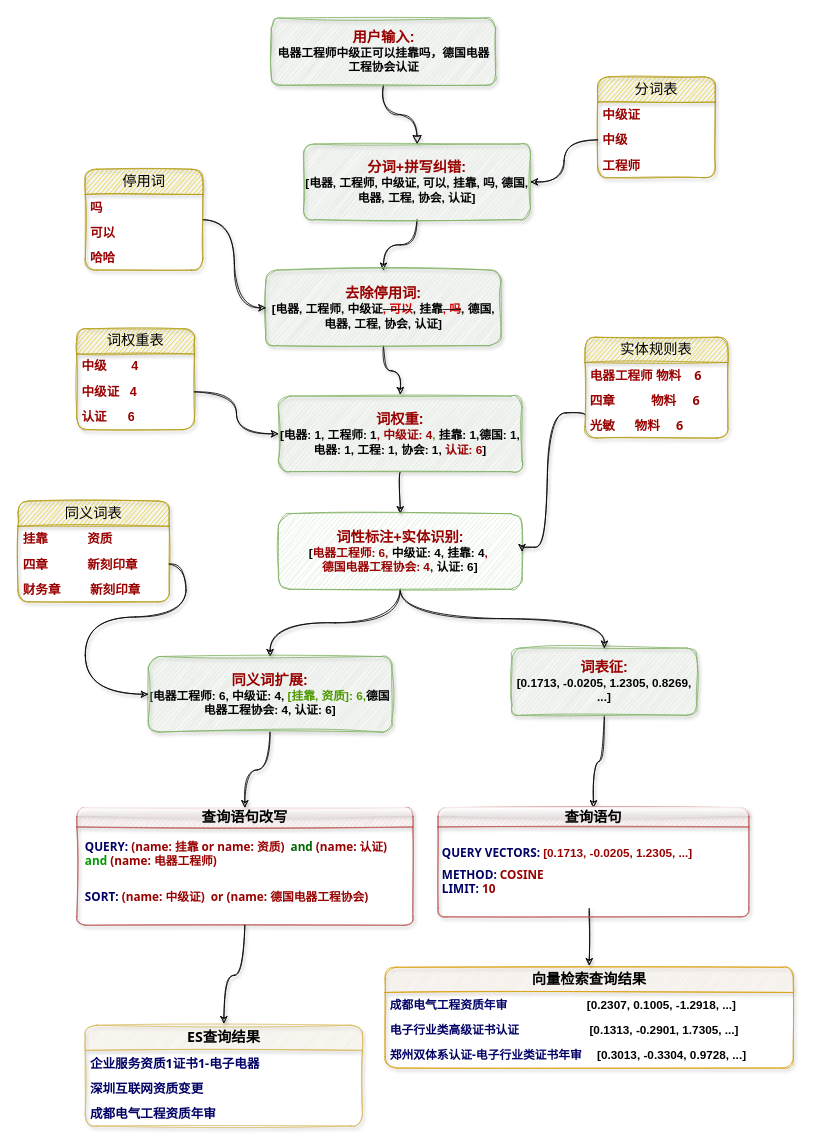
xuhaowork/myStudio keeps this draw.io diagram as 未命名绘图.drawio. Above is the earlier version. Source tidied: cells renumbered, new cells numbered last; positions are measured from the earlier drawing's top-left corner, leaving out a move shared by most shapes. Both pictures are drawn from the tidied source at 84%, with x=0, y=0 at pixel (18, 18).
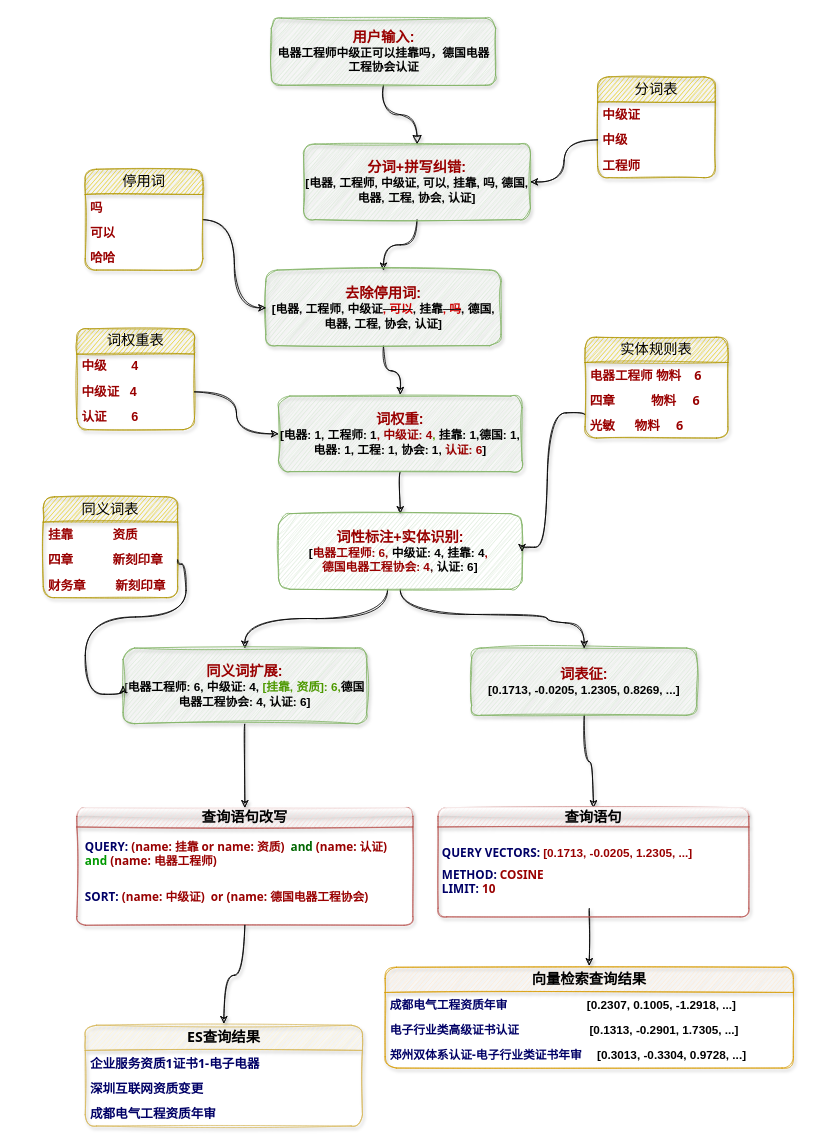
After the change.

Commit message:
商品搜索示意图.drawio

Unchanged cells that the change refers to:
```xml
<mxCell id="14" value="&lt;b style=&quot;border-color: var(--border-color); font-size: 17px;&quot;&gt;&lt;font style=&quot;border-color: var(--border-color);&quot; color=&quot;#990000&quot;&gt;词性标注+实体识别:&lt;/font&gt;&lt;br style=&quot;border-color: var(--border-color);&quot;&gt;&lt;/b&gt;&lt;b style=&quot;font-size: 14px;&quot;&gt;[&lt;font color=&quot;#990000&quot; style=&quot;font-size: 14px;&quot;&gt;电器工程师: 6,&lt;/font&gt;&lt;font style=&quot;font-size: 14px;&quot; color=&quot;#009900&quot;&gt; &lt;/font&gt;中级证: 4, 挂靠: 4&lt;font color=&quot;#990000&quot;&gt;,&amp;nbsp;&lt;br&gt;&lt;font style=&quot;font-size: 14px;&quot;&gt;德国电器工程协会: 4&lt;/font&gt;&lt;/font&gt;&lt;font color=&quot;#330000&quot; style=&quot;font-size: 14px;&quot;&gt;, &lt;/font&gt;认证: 6]&lt;/b&gt;" style="rounded=1;whiteSpace=wrap;html=1;fontSize=12;glass=0;strokeWidth=1;shadow=0;sketch=1;curveFitting=1;jiggle=2;fillColor=#d5e8d4;strokeColor=#82b366;" parent="1" vertex="1">
  <mxGeometry x="310" y="590" width="290" height="90" as="geometry" />
</mxCell>
<mxCell id="15" value="词权重表" style="swimlane;fontStyle=0;horizontal=1;startSize=30;whiteSpace=wrap;html=1;rounded=1;shadow=1;sketch=1;fontSize=17;fontColor=#000000;dashed=1;dashPattern=1 1;fillColor=#e3c800;strokeColor=#B09500;" parent="1" vertex="1">
  <mxGeometry x="70" y="370" width="140" height="120" as="geometry" />
</mxCell>
```

What changed in the source:
```diff
@@
     <mxCell id="9" value="&lt;b style=&quot;border-color: var(--border-color); font-size: 17px;&quot;&gt;&lt;font style=&quot;border-color: var(--border-color);&quot; color=&quot;#990000&quot;&gt;词表征:&lt;/font&gt;&lt;br style=&quot;border-color: var(--border-color);&quot;&gt;&lt;/b&gt;&lt;b&gt;&lt;font style=&quot;font-size: 14px;&quot;&gt;[0.1713, -0.0205, 1.2305, 0.8269, ...]&lt;/font&gt;&lt;/b&gt;" style="rounded=1;whiteSpace=wrap;html=1;fontSize=12;glass=0;strokeWidth=1;shadow=1;sketch=1;curveFitting=1;jiggle=2;fillColor=#d5e8d4;strokeColor=#82b366;" parent="1" vertex="1">
-      <mxGeometry x="588" y="750" width="220" height="80" as="geometry" />
+      <mxGeometry x="540" y="750" width="268" height="80" as="geometry" />
     </mxCell>
@@
     <mxCell id="12" style="edgeStyle=orthogonalEdgeStyle;curved=1;rounded=0;sketch=1;jettySize=auto;html=1;entryX=0.5;entryY=0;entryDx=0;entryDy=0;shadow=1;fontFamily=Tahoma;fontSize=17;fontColor=#990000;targetPerimeterSpacing=2;" parent="1" edge="1" source="14" target="27">
-      <mxGeometry relative="1" as="geometry" />
+      <mxGeometry relative="1" as="geometry">
+        <Array as="points">
+          <mxPoint x="440" y="715" />
+          <mxPoint x="270" y="715" />
+        </Array>
+      </mxGeometry>
     </mxCell>
     <mxCell id="13" style="edgeStyle=orthogonalEdgeStyle;curved=1;rounded=0;sketch=1;jettySize=auto;html=1;exitX=0.5;exitY=1;exitDx=0;exitDy=0;entryX=0.5;entryY=0;entryDx=0;entryDy=0;shadow=1;fontFamily=Tahoma;fontSize=12;fontColor=#000066;targetPerimeterSpacing=2;" parent="1" edge="1" source="14" target="9">
-      <mxGeometry relative="1" as="geometry" />
+      <mxGeometry relative="1" as="geometry">
+        <Array as="points">
+          <mxPoint x="455" y="710" />
+          <mxPoint x="630" y="710" />
+          <mxPoint x="630" y="720" />
+          <mxPoint x="674" y="720" />
+        </Array>
+      </mxGeometry>
     </mxCell>
@@
-    <mxCell id="18" value="&lt;b&gt;&lt;font style=&quot;font-size: 15px;&quot;&gt;认证&amp;nbsp; &amp;nbsp; &amp;nbsp; 6&lt;/font&gt;&lt;/b&gt;" style="text;strokeColor=none;fillColor=none;align=left;verticalAlign=middle;spacingLeft=4;spacingRight=4;overflow=hidden;whiteSpace=wrap;html=1;fontSize=17;fontColor=#990000;" parent="15" vertex="1">
+    <mxCell id="18" value="&lt;b&gt;&lt;font style=&quot;font-size: 15px;&quot;&gt;认证&amp;nbsp; &amp;nbsp; &amp;nbsp; &amp;nbsp;6&lt;/font&gt;&lt;/b&gt;" style="text;strokeColor=none;fillColor=none;align=left;verticalAlign=middle;spacingLeft=4;spacingRight=4;overflow=hidden;whiteSpace=wrap;html=1;fontSize=17;fontColor=#990000;" parent="15" vertex="1">
       <mxGeometry y="90" width="140" height="30" as="geometry" />
     </mxCell>
@@
     <mxCell id="27" value="&lt;b style=&quot;border-color: var(--border-color); font-size: 17px;&quot;&gt;&lt;font style=&quot;border-color: var(--border-color);&quot; color=&quot;#990000&quot;&gt;同义词扩展:&lt;/font&gt;&lt;br style=&quot;border-color: var(--border-color);&quot;&gt;&lt;/b&gt;&lt;font style=&quot;font-size: 14px;&quot;&gt;[&lt;b&gt;电器工程师: 6, 中级证: 4, &lt;font style=&quot;font-size: 14px;&quot; color=&quot;#4d9900&quot;&gt;[挂靠, 资质]: 6,&lt;/font&gt;德国电器工程协会: 4, 认证: 6]&lt;/b&gt;&lt;/font&gt;" style="rounded=1;whiteSpace=wrap;html=1;fontSize=12;glass=0;strokeWidth=1;shadow=1;sketch=1;curveFitting=1;jiggle=2;fillColor=#d5e8d4;strokeColor=#82b366;" parent="1" vertex="1">
-      <mxGeometry x="155" y="760" width="290" height="90" as="geometry" />
+      <mxGeometry x="125" y="750" width="290" height="90" as="geometry" />
     </mxCell>
@@
     <mxCell id="43" value="&lt;font style=&quot;font-size: 17px;&quot;&gt;同义词表&lt;/font&gt;" style="swimlane;fontStyle=0;horizontal=1;startSize=30;whiteSpace=wrap;html=1;rounded=1;shadow=1;dashed=1;dashPattern=1 1;sketch=1;fontFamily=Tahoma;fontSize=12;fontColor=#000000;fillColor=#e3c800;strokeColor=#B09500;" parent="1" vertex="1">
-      <mxGeometry y="575" width="180" height="120" as="geometry" />
+      <mxGeometry x="30" y="570" width="160" height="120" as="geometry" />
     </mxCell>
     <mxCell id="44" value="&lt;font color=&quot;#990000&quot; style=&quot;font-size: 15px;&quot;&gt;&lt;b&gt;挂靠&amp;nbsp; &amp;nbsp; &amp;nbsp; &amp;nbsp; &amp;nbsp; &amp;nbsp; 资质&lt;/b&gt;&lt;/font&gt;" style="text;strokeColor=none;fillColor=none;align=left;verticalAlign=middle;spacingLeft=4;spacingRight=4;overflow=hidden;whiteSpace=wrap;html=1;fontSize=12;fontFamily=Tahoma;fontColor=#000066;" parent="43" vertex="1">
-      <mxGeometry y="30" width="180" height="30" as="geometry" />
+      <mxGeometry y="30" width="160" height="30" as="geometry" />
     </mxCell>
     <mxCell id="45" value="&lt;font color=&quot;#990000&quot; style=&quot;font-size: 15px;&quot;&gt;&lt;b&gt;四章&lt;span style=&quot;white-space: pre;&quot;&gt; &lt;/span&gt;&amp;nbsp; &amp;nbsp; &amp;nbsp; &amp;nbsp; &amp;nbsp; &amp;nbsp;新刻印章&lt;/b&gt;&lt;/font&gt;" style="text;strokeColor=none;fillColor=none;align=left;verticalAlign=middle;spacingLeft=4;spacingRight=4;overflow=hidden;points=[[0,0.5],[1,0.5]];portConstraint=eastwest;whiteSpace=wrap;html=1;fontSize=12;fontFamily=Tahoma;fontColor=#000066;" parent="43" vertex="1">
-      <mxGeometry y="60" width="180" height="30" as="geometry" />
+      <mxGeometry y="60" width="160" height="30" as="geometry" />
     </mxCell>
     <mxCell id="46" value="&lt;font color=&quot;#990000&quot; style=&quot;font-size: 15px;&quot;&gt;&lt;b&gt;财务章&amp;nbsp; &amp;nbsp; &amp;nbsp; &amp;nbsp; &amp;nbsp;新刻印章&lt;/b&gt;&lt;/font&gt;" style="text;strokeColor=none;fillColor=none;align=left;verticalAlign=middle;spacingLeft=4;spacingRight=4;overflow=hidden;whiteSpace=wrap;html=1;fontSize=12;fontFamily=Tahoma;fontColor=#000066;" parent="43" vertex="1">
-      <mxGeometry y="90" width="180" height="30" as="geometry" />
+      <mxGeometry y="90" width="160" height="30" as="geometry" />
     </mxCell>
```
